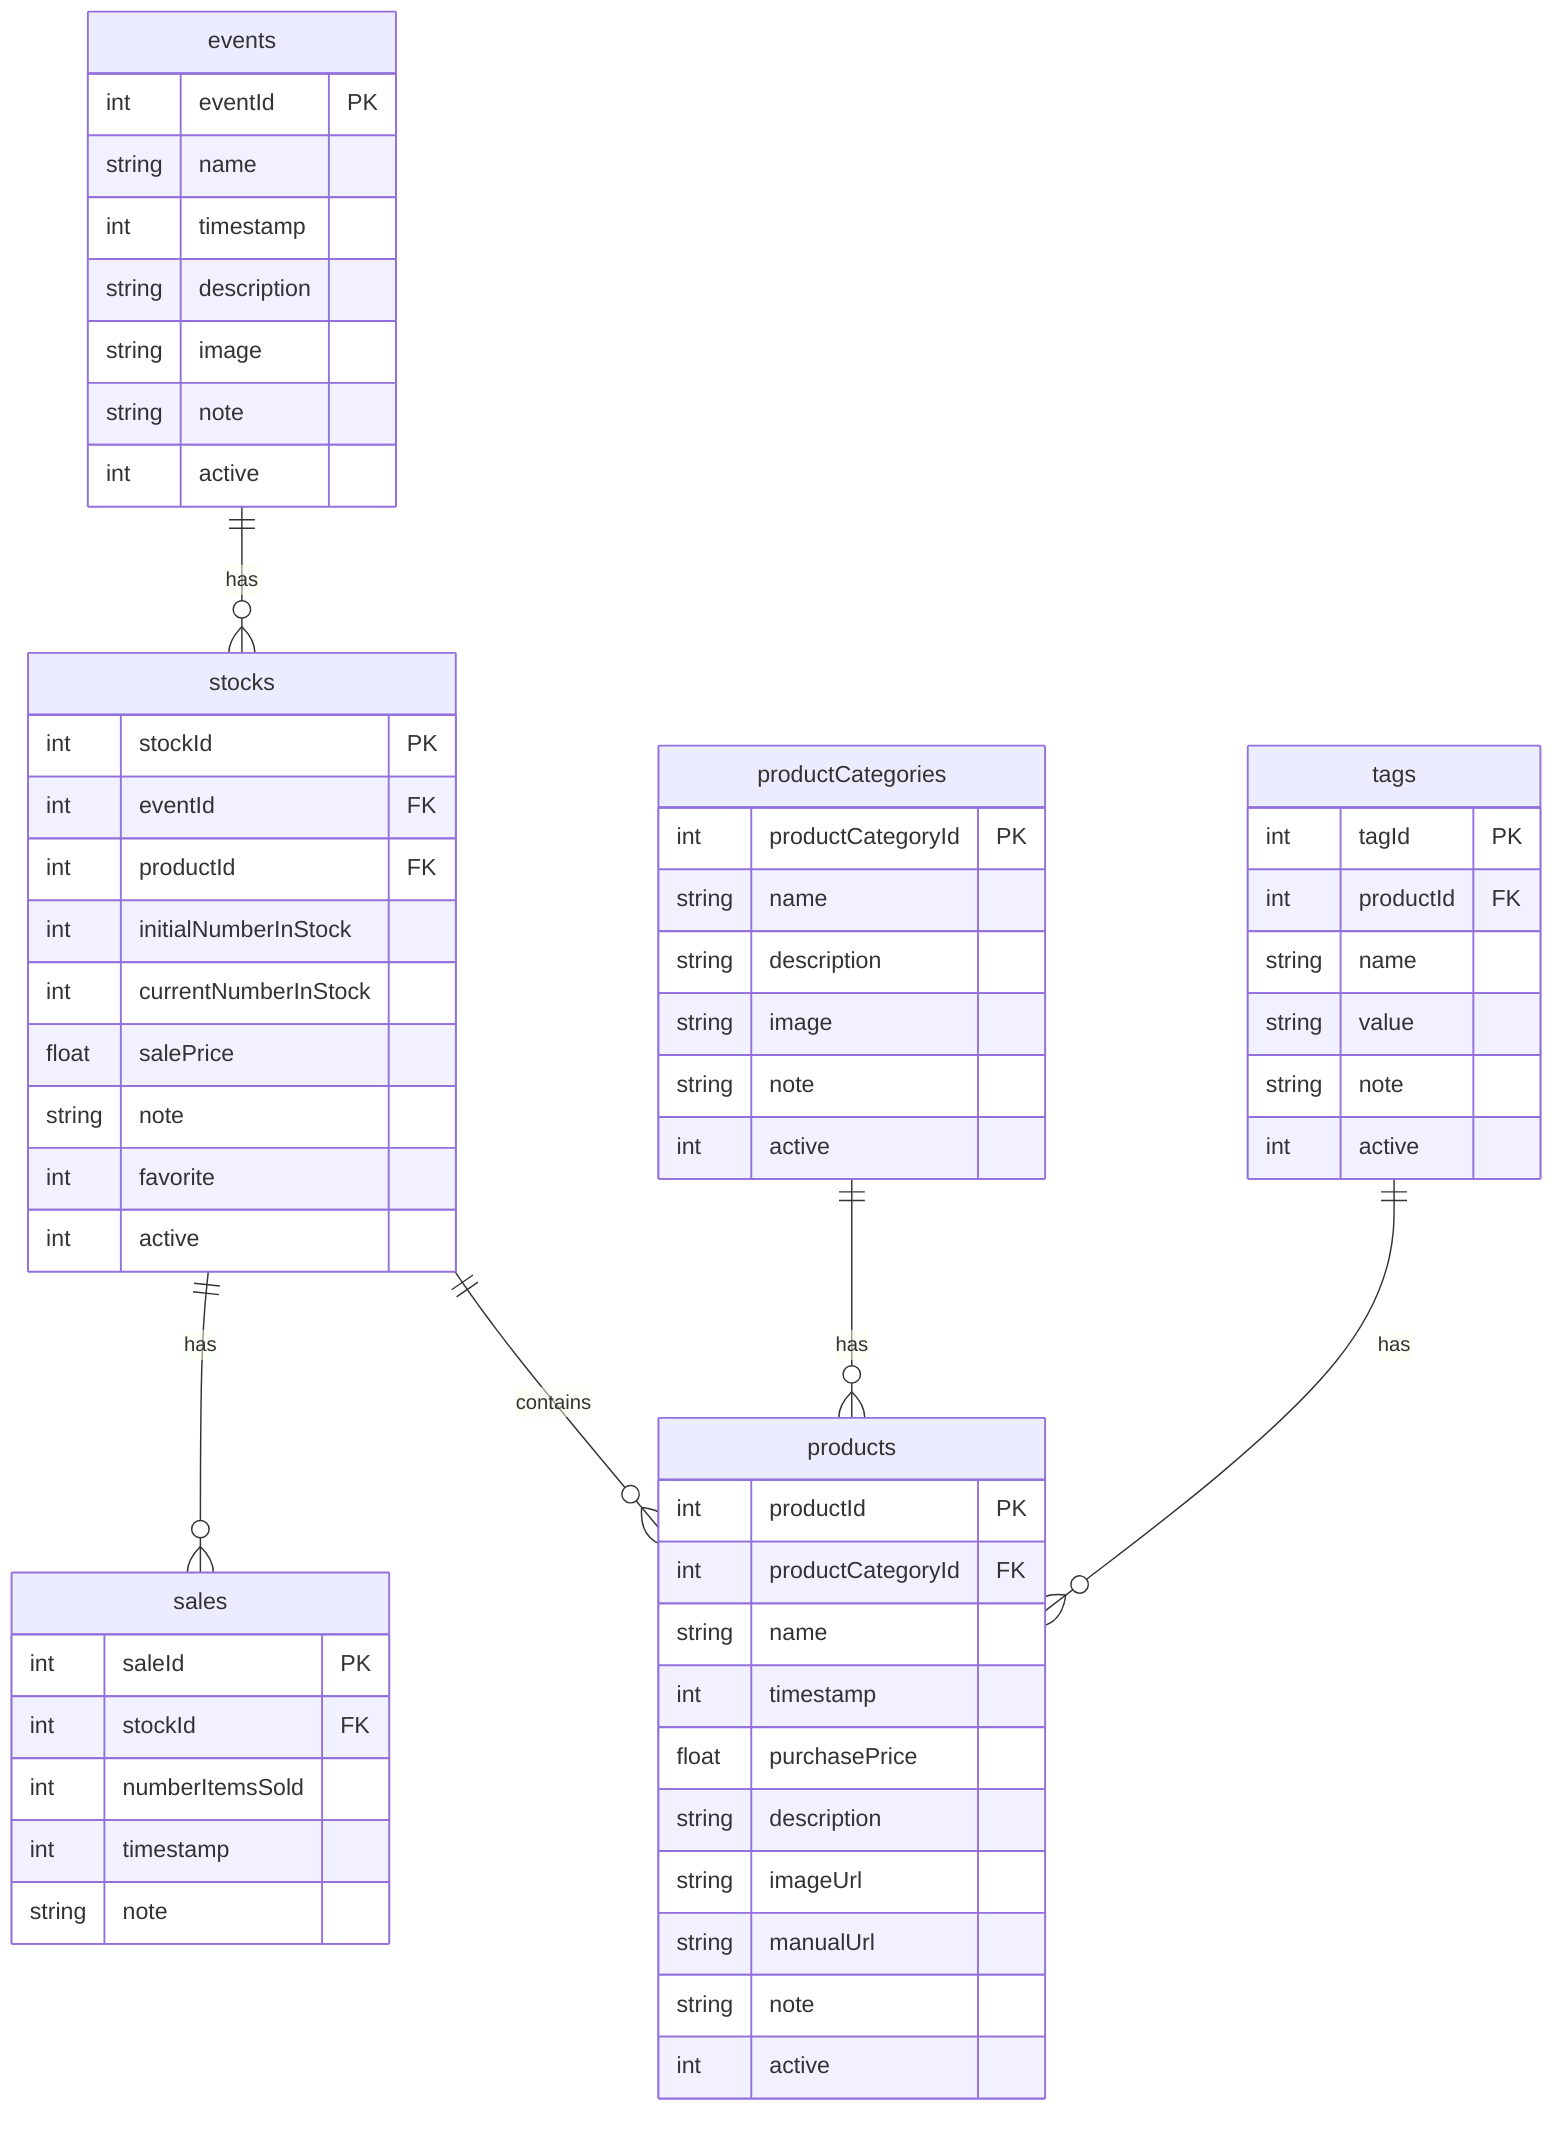
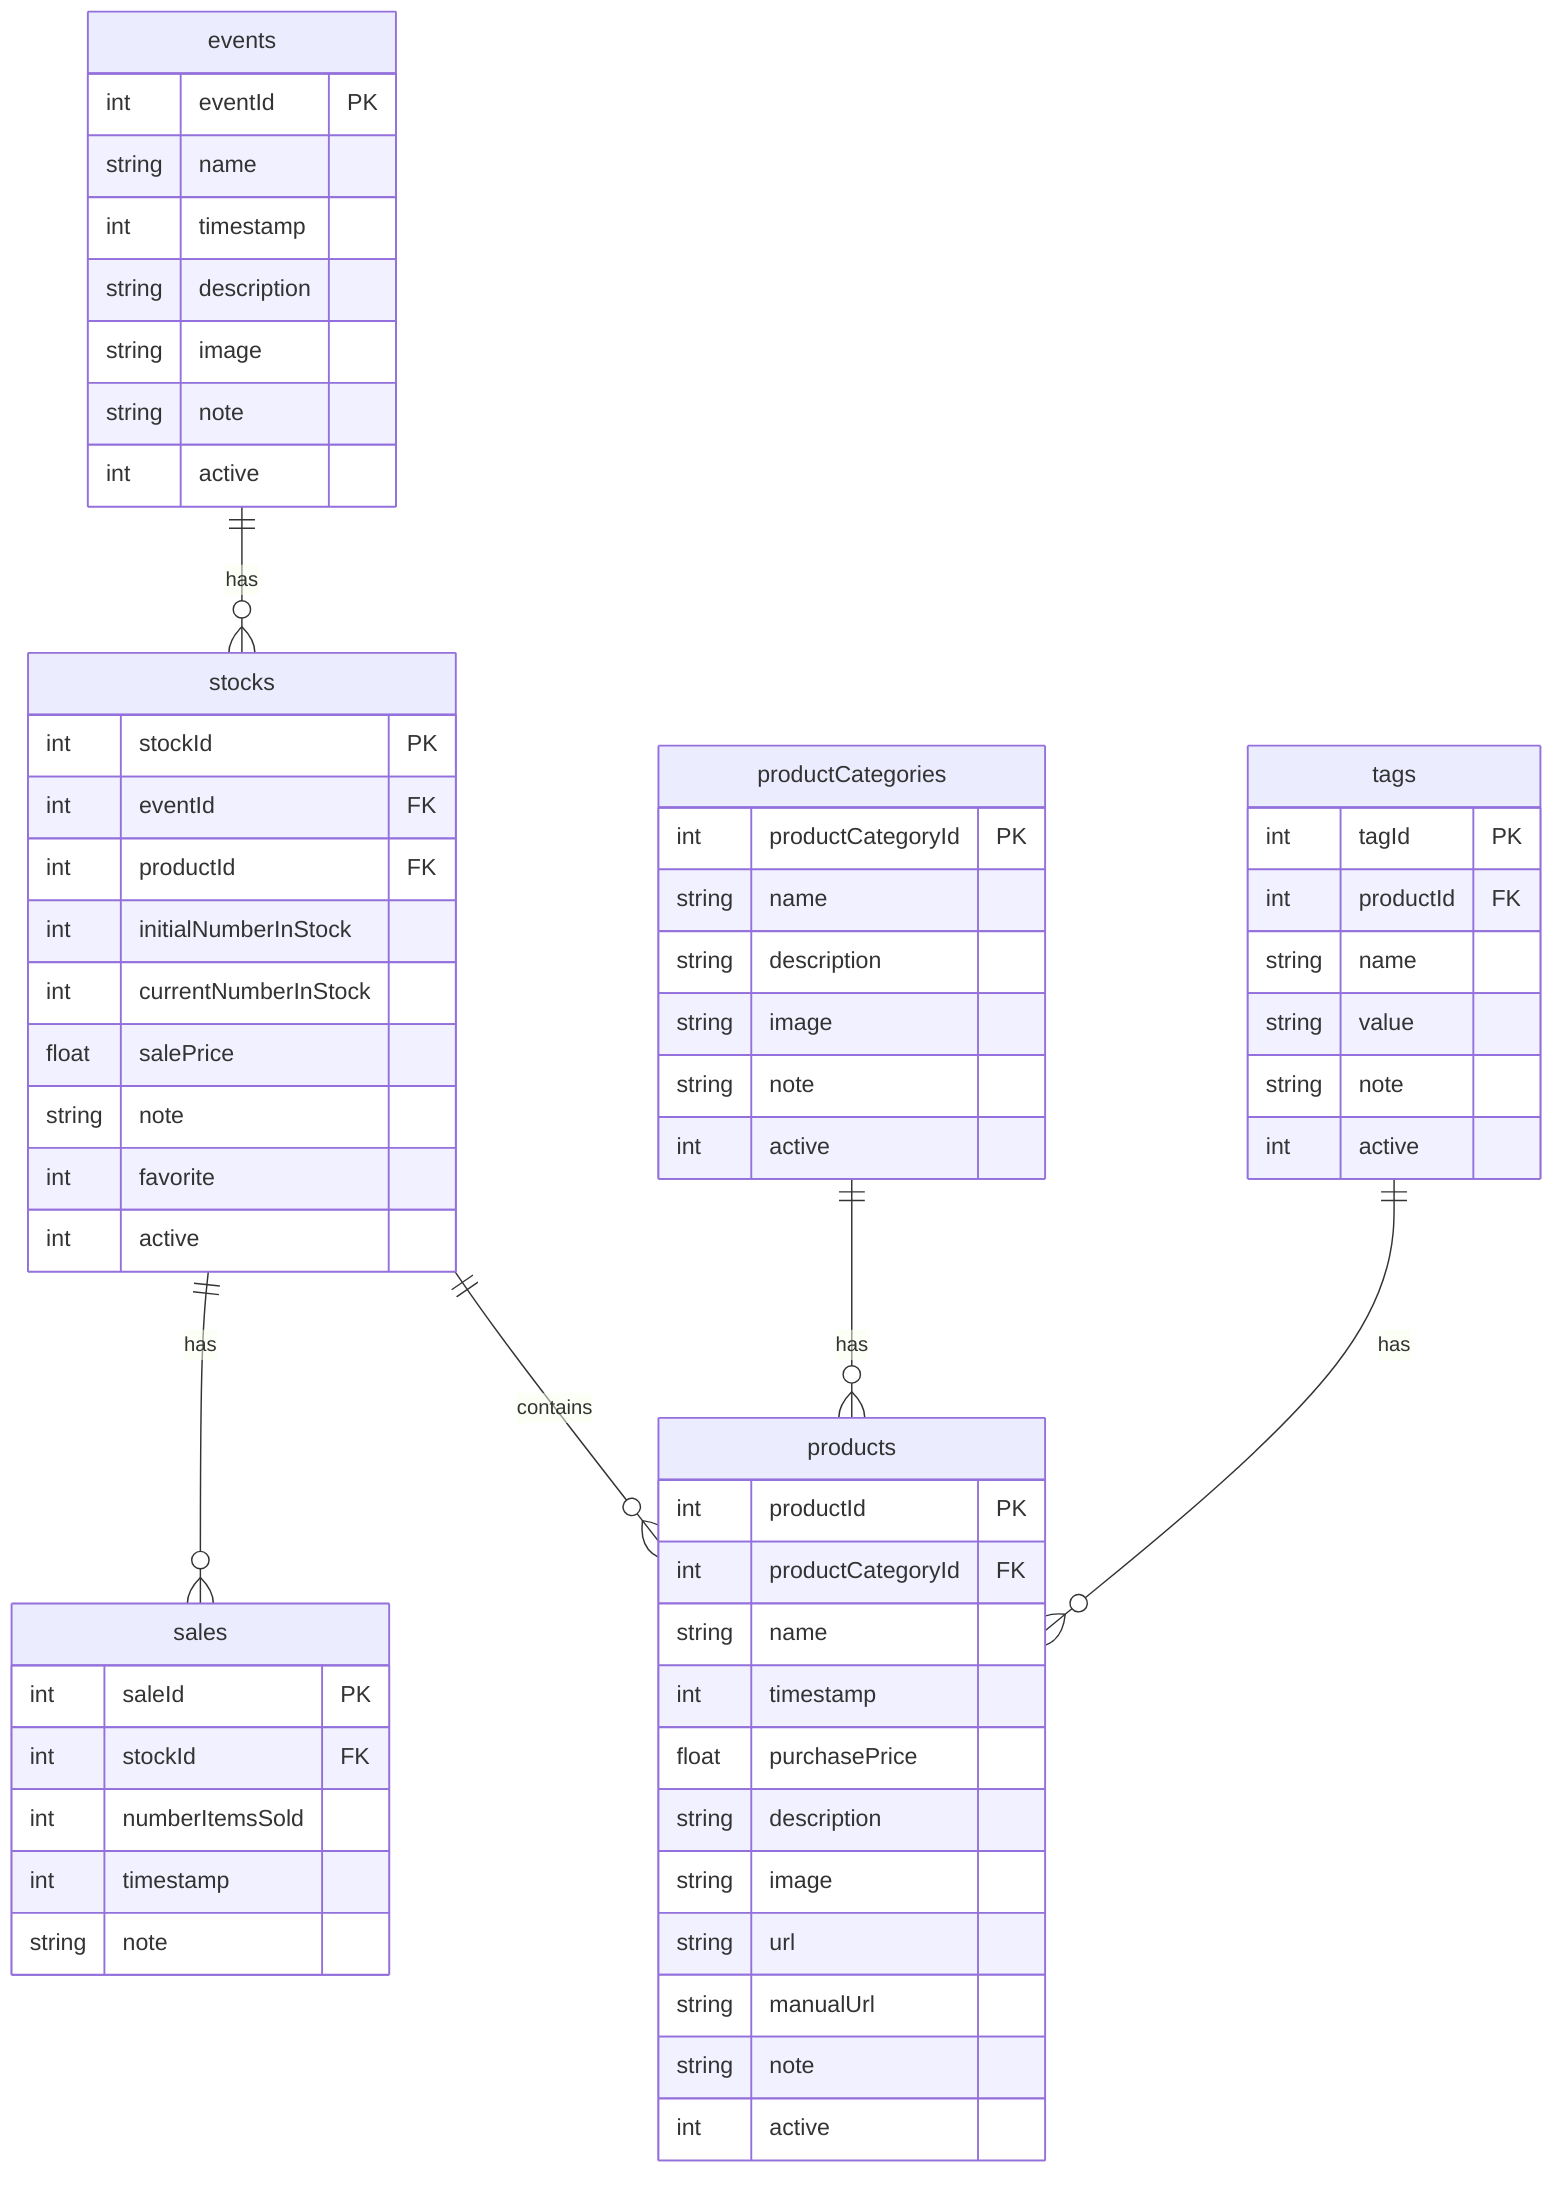
erDiagram
     stocks ||--o{ products : contains
     events ||--o{ stocks : has
     stocks ||--o{ sales : has
     productCategories ||--o{ products : has
     tags ||--o{ products : has

     events {
         int eventId PK
         string name
         int timestamp
         string description
         string image
         string note
         int active
     }

     productCategories {
         int productCategoryId PK
         string name
         string description
         string image
         string note
         int active
     }

     products {
         int productId PK
         int productCategoryId FK
         string name
         int timestamp
         float purchasePrice
         string description
-          string imageUrl
+          string image
+          string url
         string manualUrl
         string note
         int active
     }

     stocks {
         int stockId PK
         int eventId FK
         int productId FK
         int initialNumberInStock
         int currentNumberInStock
         float salePrice
         string note
         int favorite
         int active
     }

     sales {
         int saleId PK
         int stockId FK
         int numberItemsSold
         int timestamp
         string note
     }

     tags {
         int tagId PK
         int productId FK
         string name
         string value
         string note
         int active
     }